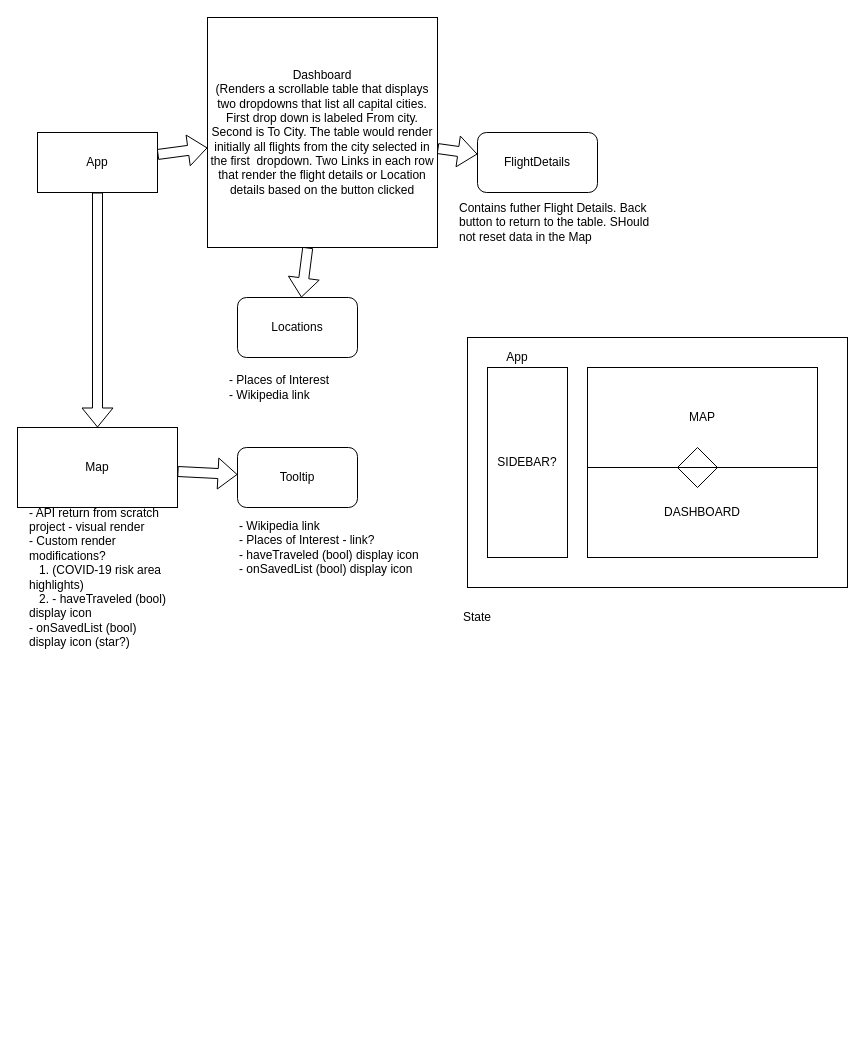
This is AppView.drawio from Axolotl-CS47/Axolotl, a draw.io file, before an edit. Source tidied: cells renumbered, new cells numbered last; positions are measured from the earlier drawing's top-left corner, leaving out a move shared by most shapes. Both pictures are drawn from the tidied source at 100%, with x=0, y=0 at pixel (17, 17).
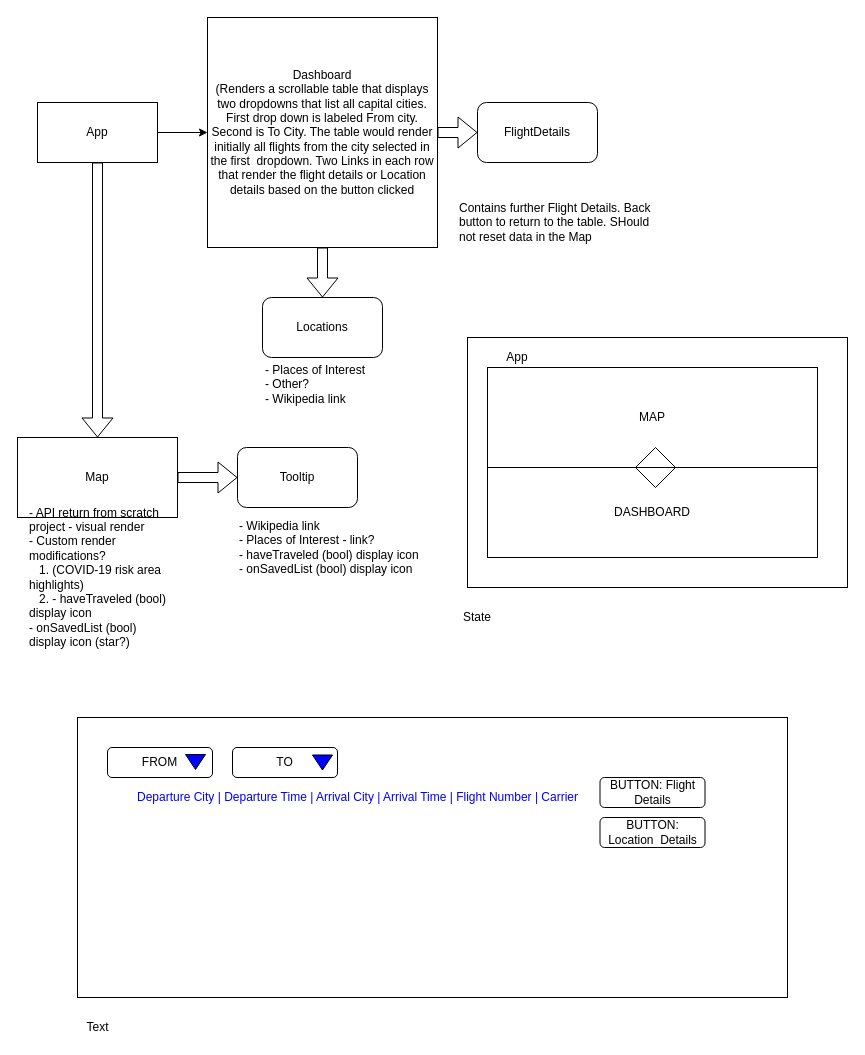
Above is the later version.

Commit message (it also covers changes not shown here):
implemented table

Unchanged cells that the change refers to:
```xml
<mxCell id="7" value="Dashboard&lt;br&gt;&lt;font style=&quot;font-size: 12px&quot;&gt;(Renders a scrollable table that displays two dropdowns that list all capital cities. First drop down is labeled From city. Second is To City. The table would render initially all flights from the city selected in the first&amp;nbsp; dropdown. Two Links in each row that render the flight details or Location details based on the button clicked&lt;/font&gt;" style="rounded=0;whiteSpace=wrap;html=1;" parent="1" vertex="1">
  <mxGeometry x="190" width="230" height="230" as="geometry" />
</mxCell>
```

What changed in the source:
```diff
@@
+    <mxCell id="25" style="rounded=0;whiteSpace=wrap;html=1;fillColor=#FFFFFF;" parent="1" vertex="1">
+      <mxGeometry x="60" y="700" width="710" height="280" as="geometry" />
+    </mxCell>
+    <mxCell id="3" style="edgeStyle=none;shape=flexArrow;html=1;" parent="1" edge="1" source="4" target="11">
+      <mxGeometry relative="1" as="geometry" />
+    </mxCell>
-    <mxCell id="2" style="edgeStyle=none;shape=flexArrow;html=1;" parent="1" edge="1" source="4" target="7">
+    <mxCell id="2" style="edgeStyle=none;html=1;" parent="1" edge="1" source="4" target="7">
       <mxGeometry relative="1" as="geometry" />
     </mxCell>
-    <mxCell id="3" style="edgeStyle=none;shape=flexArrow;html=1;" parent="1" edge="1" source="4" target="11">
-      <mxGeometry relative="1" as="geometry" />
-    </mxCell>
     <mxCell id="4" value="App" style="rounded=0;whiteSpace=wrap;html=1;" parent="1" vertex="1">
-      <mxGeometry x="20" y="115" width="120" height="60" as="geometry" />
+      <mxGeometry x="20" y="85" width="120" height="60" as="geometry" />
     </mxCell>
@@
     <mxCell id="9" value="FlightDetails" style="rounded=1;whiteSpace=wrap;html=1;" parent="1" vertex="1">
-      <mxGeometry x="460" y="115" width="120" height="60" as="geometry" />
+      <mxGeometry x="460" y="85" width="120" height="60" as="geometry" />
     </mxCell>
@@
     <mxCell id="11" value="Map" style="rounded=0;whiteSpace=wrap;html=1;" parent="1" vertex="1">
-      <mxGeometry y="410" width="160" height="80" as="geometry" />
+      <mxGeometry y="420" width="160" height="80" as="geometry" />
     </mxCell>
     <mxCell id="12" value="Locations" style="rounded=1;whiteSpace=wrap;html=1;" parent="1" vertex="1">
-      <mxGeometry x="220" y="280" width="120" height="60" as="geometry" />
+      <mxGeometry x="245" y="280" width="120" height="60" as="geometry" />
     </mxCell>
@@
-    <mxCell id="15" value="Contains futher Flight Details. Back button to return to the table. SHould not reset data in the Map&amp;nbsp;" style="text;html=1;strokeColor=none;fillColor=none;align=left;verticalAlign=middle;whiteSpace=wrap;rounded=0;" parent="1" vertex="1">
+    <mxCell id="15" value="Contains further Flight Details. Back button to return to the table. SHould not reset data in the Map&amp;nbsp;" style="text;html=1;strokeColor=none;fillColor=none;align=left;verticalAlign=middle;whiteSpace=wrap;rounded=0;" parent="1" vertex="1">
       <mxGeometry x="440" y="175" width="200" height="60" as="geometry" />
     </mxCell>
-    <mxCell id="16" value="- Places of Interest&lt;br&gt;- Wikipedia link&lt;br&gt;" style="text;html=1;strokeColor=none;fillColor=none;align=left;verticalAlign=middle;whiteSpace=wrap;rounded=0;" parent="1" vertex="1">
-      <mxGeometry x="210" y="330" width="160" height="80" as="geometry" />
+    <mxCell id="16" value="- Places of Interest&lt;br&gt;- Other?&lt;br&gt;- Wikipedia link" style="text;html=1;strokeColor=none;fillColor=none;align=left;verticalAlign=middle;whiteSpace=wrap;rounded=0;" parent="1" vertex="1">
+      <mxGeometry x="246" y="327" width="160" height="80" as="geometry" />
     </mxCell>
@@
     <mxCell id="18" value="DASHBOARD" style="rounded=0;whiteSpace=wrap;html=1;" parent="1" vertex="1">
-      <mxGeometry x="570" y="450" width="230" height="90" as="geometry" />
+      <mxGeometry x="470" y="450" width="330" height="90" as="geometry" />
     </mxCell>
     <mxCell id="19" value="MAP" style="rounded=0;whiteSpace=wrap;html=1;" parent="1" vertex="1">
-      <mxGeometry x="570" y="350" width="230" height="100" as="geometry" />
+      <mxGeometry x="470" y="350" width="330" height="100" as="geometry" />
     </mxCell>
@@
-    <mxCell id="21" value="SIDEBAR?" style="rounded=0;whiteSpace=wrap;html=1;" parent="1" vertex="1">
-      <mxGeometry x="470" y="350" width="80" height="190" as="geometry" />
-    </mxCell>
     <mxCell id="22" style="triangle;whiteSpace=wrap;html=1;direction=north;" parent="1" vertex="1">
-      <mxGeometry x="660" y="430" width="40" height="20" as="geometry" />
+      <mxGeometry x="618" y="430" width="40" height="20" as="geometry" />
     </mxCell>
     <mxCell id="23" style="triangle;whiteSpace=wrap;html=1;direction=south;" parent="1" vertex="1">
-      <mxGeometry x="660" y="450" width="40" height="20" as="geometry" />
+      <mxGeometry x="618" y="450" width="40" height="20" as="geometry" />
     </mxCell>
@@
+    <mxCell id="26" value="Departure City | Departure Time | Arrival City | Arrival Time | Flight Number | Carrier" style="text;html=1;align=center;verticalAlign=middle;strokeColor=none;fontColor=#0000FF;" parent="1" vertex="1">
+      <mxGeometry x="110" y="770" width="460" height="20" as="geometry" />
+    </mxCell>
+    <mxCell id="27" value="BUTTON: Flight Details" style="rounded=1;whiteSpace=wrap;html=1;" parent="1" vertex="1">
+      <mxGeometry x="582.5" y="760" width="105" height="30" as="geometry" />
+    </mxCell>
+    <mxCell id="28" value="BUTTON: Location&amp;nbsp; Details" style="rounded=1;whiteSpace=wrap;html=1;" parent="1" vertex="1">
+      <mxGeometry x="582.5" y="800" width="105" height="30" as="geometry" />
+    </mxCell>
+    <mxCell id="29" value="FROM" style="rounded=1;whiteSpace=wrap;html=1;" parent="1" vertex="1">
+      <mxGeometry x="90" y="730" width="105" height="30" as="geometry" />
+    </mxCell>
+    <mxCell id="30" value="TO" style="rounded=1;whiteSpace=wrap;html=1;" parent="1" vertex="1">
+      <mxGeometry x="215" y="730" width="105" height="30" as="geometry" />
+    </mxCell>
+    <mxCell id="31" style="triangle;whiteSpace=wrap;html=1;direction=south;fillColor=#0000FF;" parent="1" vertex="1">
+      <mxGeometry x="168" y="737" width="20" height="15" as="geometry" />
+    </mxCell>
+    <mxCell id="32" style="triangle;whiteSpace=wrap;html=1;direction=south;fillColor=#0000FF;" parent="1" vertex="1">
+      <mxGeometry x="295" y="737.5" width="20" height="15" as="geometry" />
+    </mxCell>
+    <mxCell id="33" value="Text" style="text;html=1;align=center;verticalAlign=middle;strokeColor=none;" parent="1" vertex="1">
+      <mxGeometry x="60" y="1000" width="40" height="20" as="geometry" />
+    </mxCell>
```
